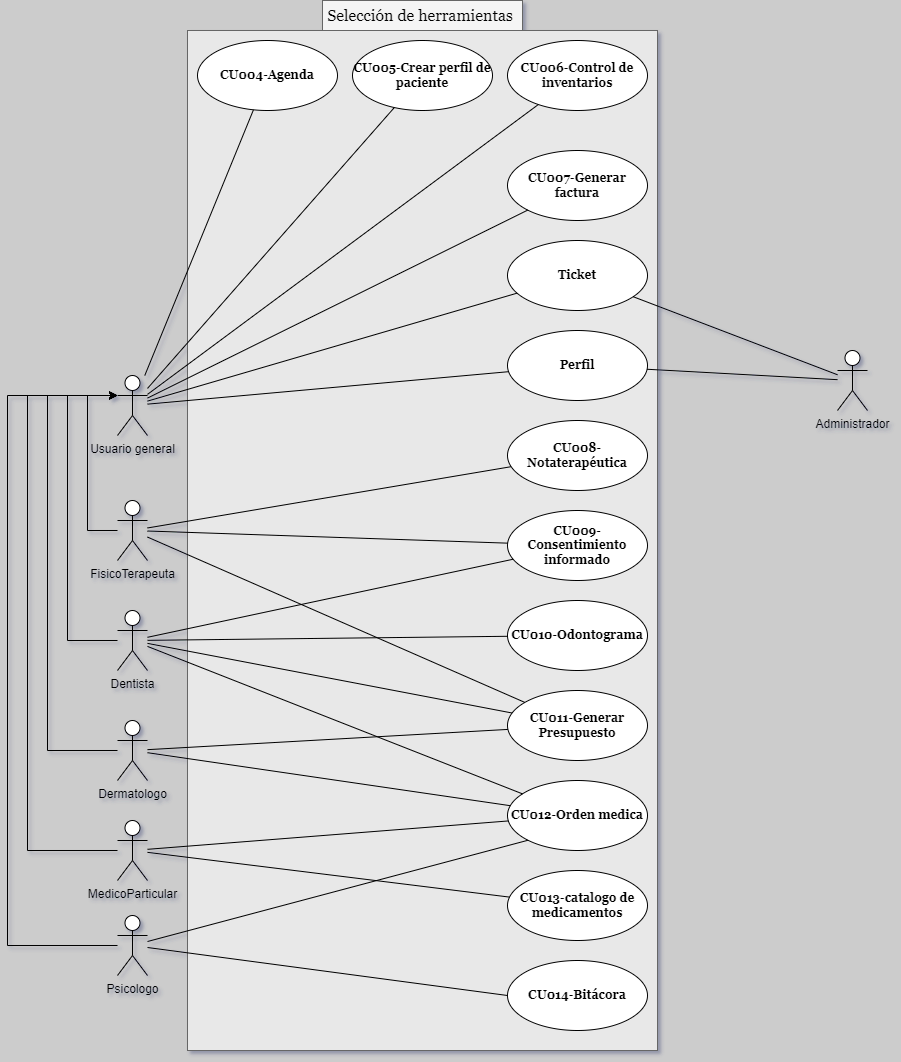
The draw.io diagram DiagraCasosDeUso/SeleccionDeHerramientas.drawio.png in CH3MOO/SpecialityX, before a commit. Source tidied: cells renumbered, new cells last; positions are measured from the earlier drawing's top-left corner, leaving out a move shared by most shapes.
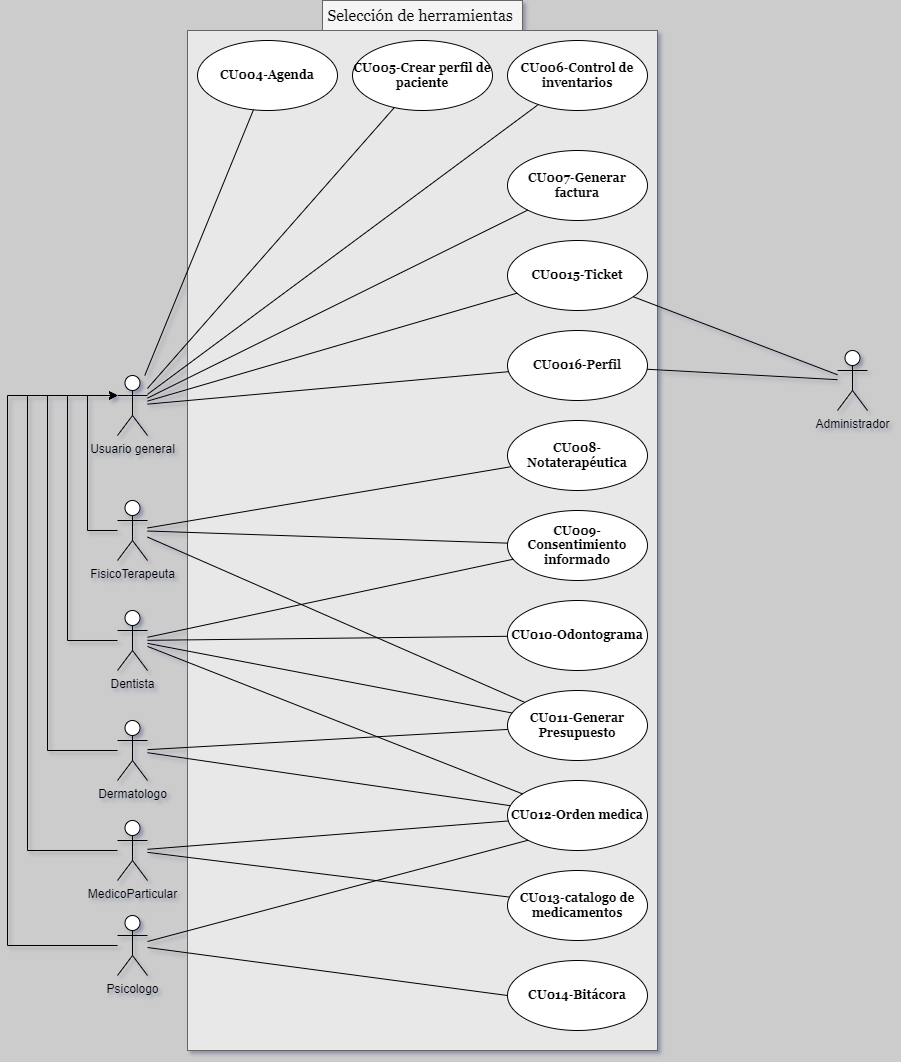
After the change.

The edit, as a diff of the source:
```diff
@@ -153,13 +153,13 @@
     <mxCell id="43" value="Administrador&lt;div&gt;&lt;br&gt;&lt;/div&gt;" style="shape=umlActor;verticalLabelPosition=bottom;verticalAlign=top;html=1;" parent="1" vertex="1">
       <mxGeometry x="830" y="350" width="30" height="60" as="geometry" />
     </mxCell>
-    <mxCell id="44" value="Ticket" style="ellipse;whiteSpace=wrap;html=1;fontFamily=Georgia;fontStyle=1;" parent="1" vertex="1">
+    <mxCell id="44" value="CU0015-Ticket" style="ellipse;whiteSpace=wrap;html=1;fontFamily=Georgia;fontStyle=1;" parent="1" vertex="1">
       <mxGeometry x="500" y="240" width="140" height="70" as="geometry" />
     </mxCell>
     <mxCell id="45" style="endArrow=none;html=1;rounded=0;" parent="1" edge="1" source="2" target="44">
       <mxGeometry relative="1" as="geometry" />
     </mxCell>
-    <mxCell id="46" value="Perfil" style="ellipse;whiteSpace=wrap;html=1;fontFamily=Georgia;fontStyle=1;" parent="1" vertex="1">
+    <mxCell id="46" value="CU0016-Perfil" style="ellipse;whiteSpace=wrap;html=1;fontFamily=Georgia;fontStyle=1;" parent="1" vertex="1">
       <mxGeometry x="500" y="330" width="140" height="70" as="geometry" />
     </mxCell>
     <mxCell id="47" style="endArrow=none;html=1;rounded=0;" parent="1" edge="1" source="2" target="46">
```
